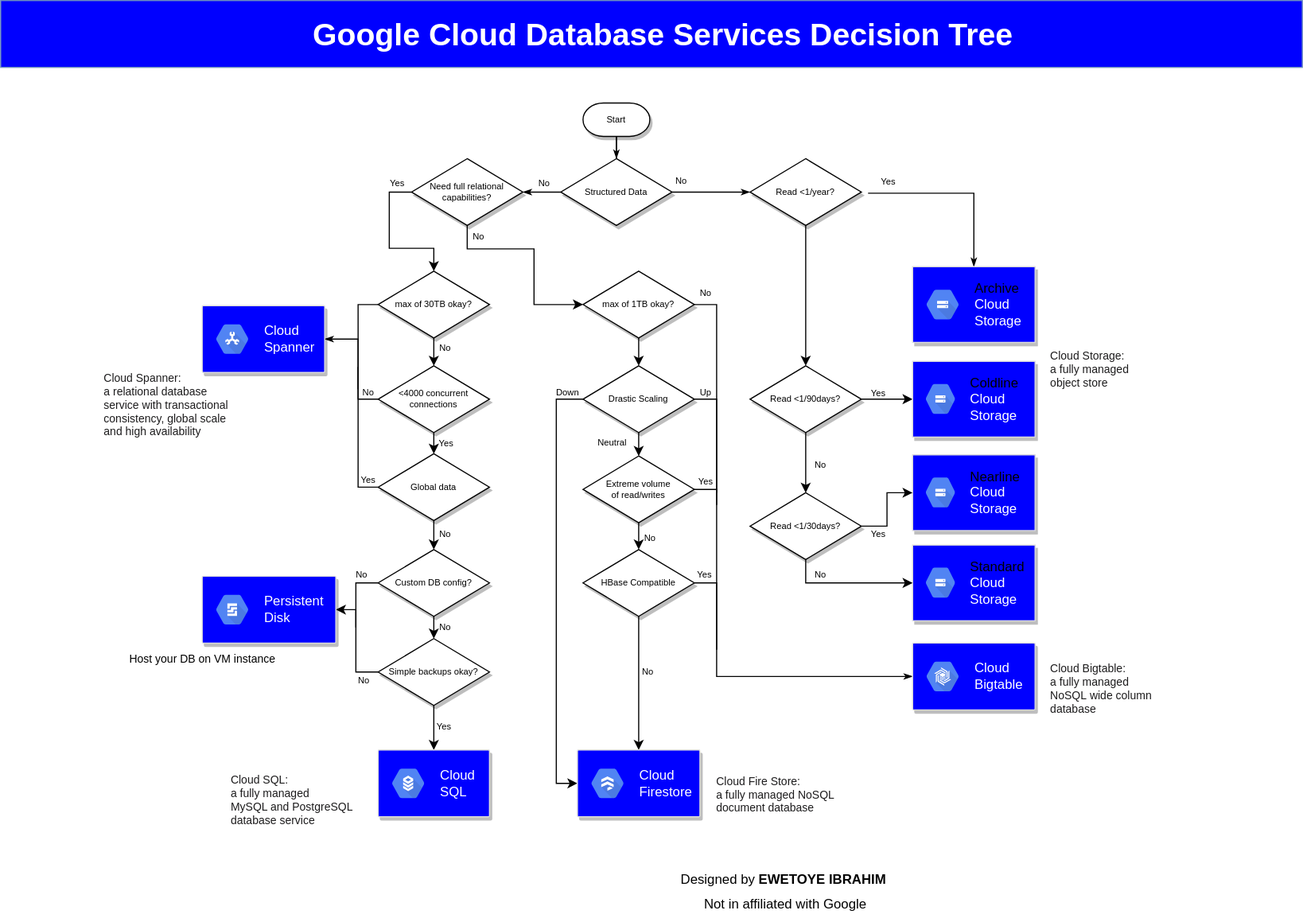
This is diagram/decision_chart.svg from EwetoyeIbrahim/Google-Cloud-Database-Services-Decision-Tree, a draw.io export, as it was before one commit. Source tidied: cells renumbered, new cells last; positions are measured from the earlier drawing's top-left corner, leaving out a move shared by most shapes.
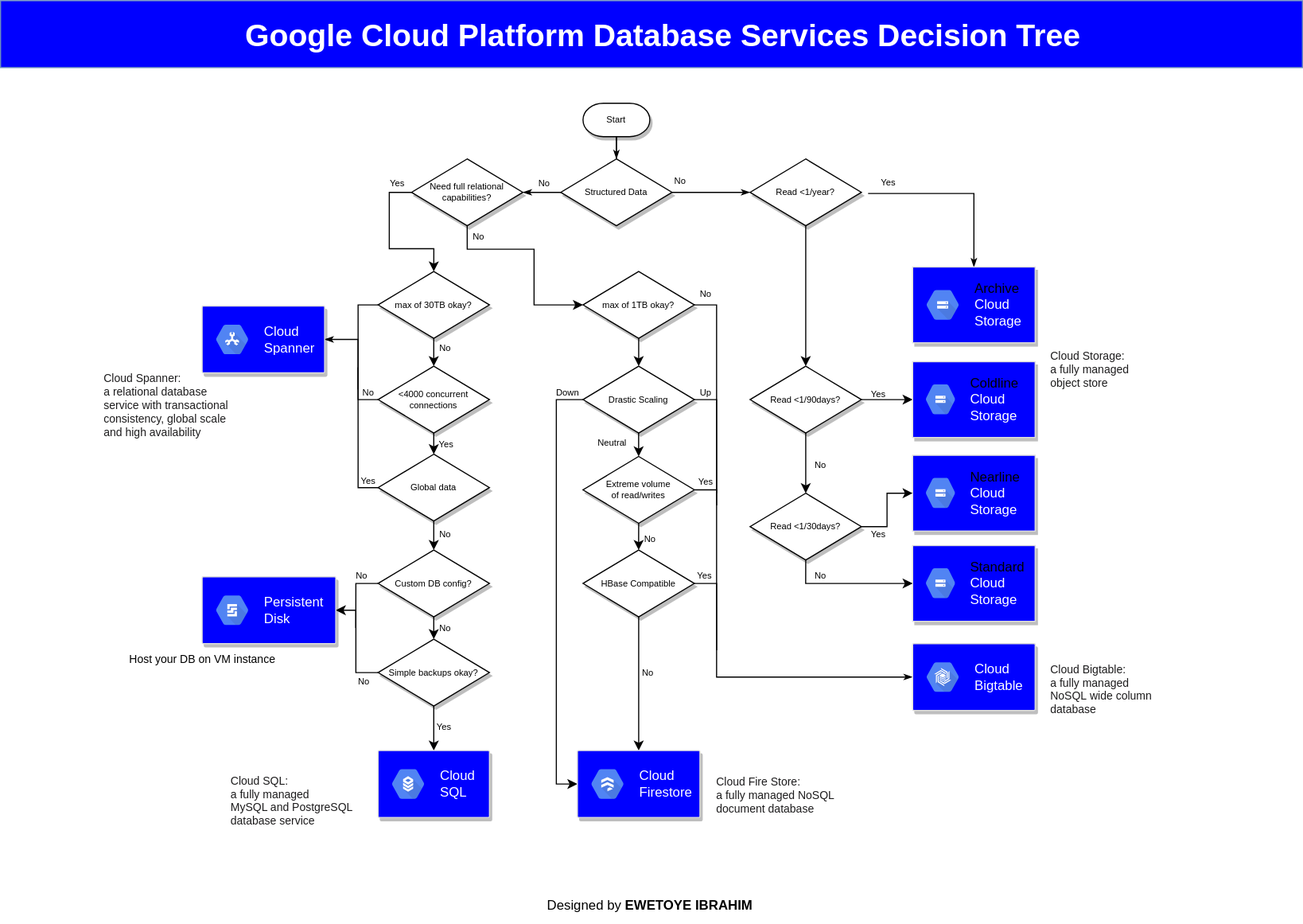
After the change.

The edit, as a diff of the source:
```diff
@@ -279,7 +279,7 @@
     <mxCell id="70" style="rounded=0;whiteSpace=wrap;html=1;fontFamily=Helvetica;fontSize=8;strokeColor=#6c8ebf;fillColor=#0000FF;" parent="1" vertex="1">
       <mxGeometry width="1169" height="60" as="geometry" />
     </mxCell>
-    <mxCell id="71" value="&lt;span style=&quot;font-size: 28px&quot;&gt;&lt;span&gt;&lt;font color=&quot;#ffffff&quot;&gt;Google Cloud Database Services Decision Tree&lt;/font&gt;&lt;/span&gt;&lt;/span&gt;" style="text;html=1;strokeColor=none;fillColor=none;align=center;verticalAlign=bottom;whiteSpace=wrap;rounded=0;fontFamily=Helvetica;fontSize=8;fontStyle=1;" parent="1" vertex="1">
+    <mxCell id="71" value="&lt;span style=&quot;font-size: 28px&quot;&gt;&lt;span&gt;&lt;font color=&quot;#ffffff&quot;&gt;Google Cloud Platform Database Services Decision Tree&lt;/font&gt;&lt;/span&gt;&lt;/span&gt;" style="text;html=1;strokeColor=none;fillColor=none;align=center;verticalAlign=bottom;whiteSpace=wrap;rounded=0;fontFamily=Helvetica;fontSize=8;fontStyle=1;" parent="1" vertex="1">
       <mxGeometry x="210" y="31" width="770" height="20" as="geometry" />
     </mxCell>
     <mxCell id="72" style="strokeColor=#dddddd;shadow=1;strokeWidth=1;rounded=1;absoluteArcSize=1;arcSize=2;fillColor=#0000FF;fontFamily=Helvetica;fontSize=8;fontColor=#FFFFFF;" parent="1" vertex="1">
@@ -378,11 +378,8 @@
     <mxCell id="97" value="&lt;font style=&quot;font-size: 10px;&quot;&gt;Host your DB on VM instance&lt;/font&gt;" style="text;html=1;align=center;verticalAlign=middle;fontSize=10;fontFamily=Helvetica;labelBackgroundColor=#ffffff;" parent="1" vertex="1">
       <mxGeometry x="106" y="581" width="150" height="20" as="geometry" />
     </mxCell>
-    <mxCell id="98" value="&lt;font style=&quot;font-size: 12px;&quot; color=&quot;#000000&quot;&gt;Designed by &lt;b style=&quot;&quot;&gt;EWETOYE IBRAHIM&lt;/b&gt;&amp;nbsp;&lt;/font&gt;" style="text;html=1;strokeColor=none;fillColor=none;align=center;verticalAlign=middle;whiteSpace=wrap;rounded=0;labelBackgroundColor=none;fontColor=#FFFFFF;" parent="1" vertex="1">
-      <mxGeometry x="540" y="770" width="330" height="40" as="geometry" />
-    </mxCell>
-    <mxCell id="99" value="Not in affiliated with Google" style="text;html=1;strokeColor=none;fillColor=none;align=center;verticalAlign=middle;whiteSpace=wrap;rounded=0;labelBackgroundColor=none;fontFamily=Helvetica;fontSize=12;fontColor=#000000;" parent="1" vertex="1">
-      <mxGeometry x="600" y="797" width="210" height="30" as="geometry" />
+    <mxCell id="99" value="Designed by&amp;nbsp;&lt;b&gt;EWETOYE IBRAHIM&lt;/b&gt;&amp;nbsp;" style="text;html=1;strokeColor=none;fillColor=none;align=center;verticalAlign=middle;whiteSpace=wrap;rounded=0;labelBackgroundColor=none;fontFamily=Helvetica;fontSize=12;fontColor=#000000;" parent="1" vertex="1">
+      <mxGeometry x="480" y="797" width="210" height="30" as="geometry" />
     </mxCell>
   </root>
 </mxGraphModel>
```
